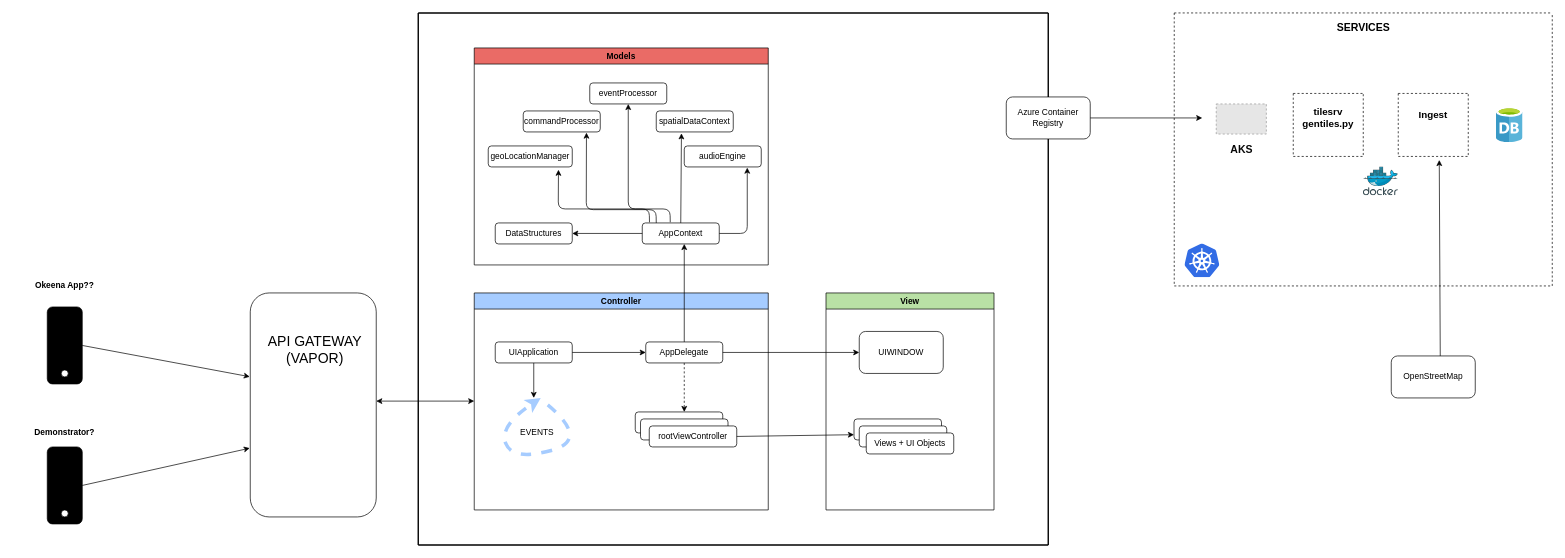
Earlier version of the draw.io diagram ArchitectureV2.drawio (willdonlan8/test). Source tidied: cells renumbered, new cells numbered last; positions are measured from the earlier drawing's top-left corner, leaving out a move shared by most shapes. Both pictures are drawn from the tidied source at 70%, with x=0, y=0 at pixel (12, 13). Pictures stored in the file or linked from it are replaced by grey dashed boxes.
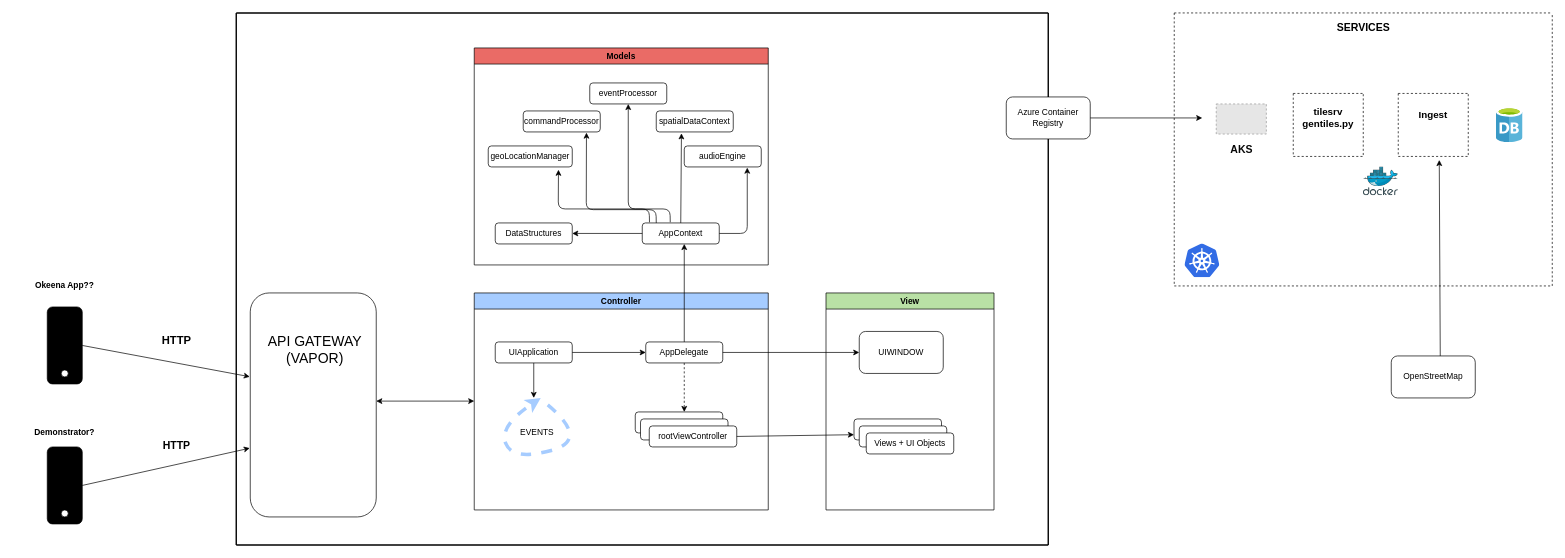
After the change.

The edit, as a diff of the source:
```diff
@@
     <mxCell id="44" style="endArrow=none;html=1;strokeWidth=2;fillColor=#000000;" parent="1" edge="1">
       <mxGeometry relative="1" as="geometry">
-        <mxPoint x="580" y="760" as="sourcePoint" />
-        <mxPoint x="580" as="targetPoint" />
+        <mxPoint x="320" y="760" as="sourcePoint" />
+        <mxPoint x="320" as="targetPoint" />
       </mxGeometry>
     </mxCell>
     <mxCell id="45" style="endArrow=none;html=1;strokeWidth=2;fillColor=#000000;" parent="1" edge="1">
       <mxGeometry relative="1" as="geometry">
         <mxPoint x="1480" y="760" as="sourcePoint" />
-        <mxPoint x="580" y="760" as="targetPoint" />
+        <mxPoint x="320" y="760" as="targetPoint" />
       </mxGeometry>
     </mxCell>
@@
     <mxCell id="47" style="endArrow=none;html=1;strokeWidth=2;fillColor=#000000;" parent="1" edge="1">
       <mxGeometry relative="1" as="geometry">
         <mxPoint x="1480" as="sourcePoint" />
-        <mxPoint x="580" as="targetPoint" />
+        <mxPoint x="320" as="targetPoint" />
       </mxGeometry>
     </mxCell>
@@
+    <mxCell id="66" value="&lt;font style=&quot;font-size: 16px&quot;&gt;&lt;b&gt;HTTP&lt;/b&gt;&lt;/font&gt;" style="text;html=1;strokeColor=none;fillColor=none;align=center;verticalAlign=middle;whiteSpace=wrap;rounded=0;" parent="1" vertex="1">
+      <mxGeometry x="200" y="450" width="70" height="35" as="geometry" />
+    </mxCell>
+    <mxCell id="67" value="&lt;b&gt;&lt;font style=&quot;font-size: 15px&quot;&gt;HTTP&lt;/font&gt;&lt;/b&gt;" style="text;html=1;strokeColor=none;fillColor=none;align=center;verticalAlign=middle;whiteSpace=wrap;rounded=0;" parent="1" vertex="1">
+      <mxGeometry x="200" y="600" width="70" height="35" as="geometry" />
+    </mxCell>
```
